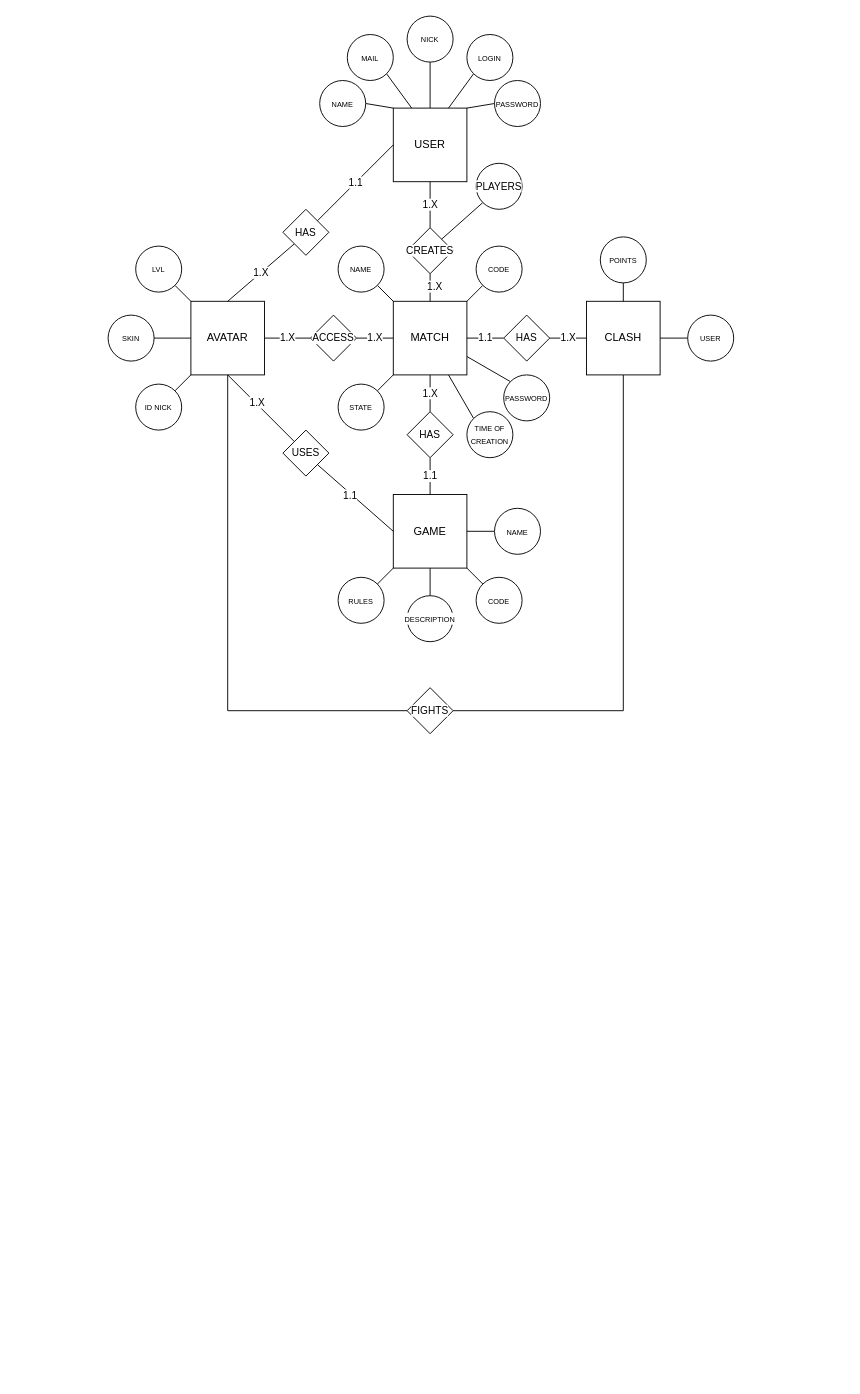
Above: OTHER/DB EX1.drawio in KU3ERVO/LEARN-PROJECT (draw.io), before the change. Source tidied: cells renumbered, new cells numbered last; positions are measured from the earlier drawing's top-left corner, leaving out a move shared by most shapes. Both pictures are drawn from the tidied source at 92%, with x=0, y=0 at pixel (108, 16).
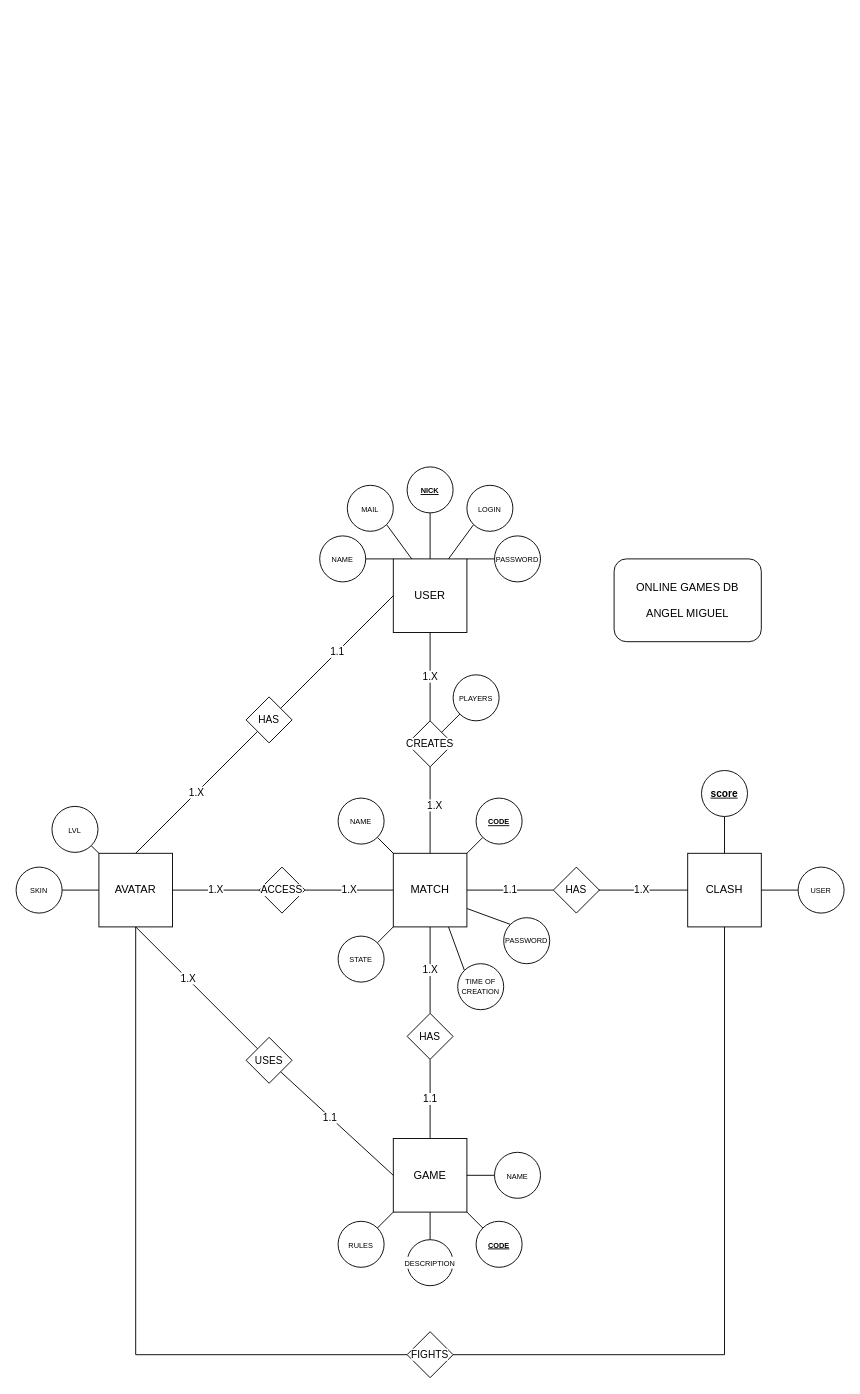
After the change.

Change to the diagram source:
```diff
@@
     <mxCell id="4" value="GAME" style="whiteSpace=wrap;html=1;" parent="1" vertex="1">
-      <mxGeometry x="310" y="520" width="80" height="80" as="geometry" />
+      <mxGeometry x="310" y="1220" width="80" height="80" as="geometry" />
     </mxCell>
@@
     <mxCell id="9" value="AVATAR" style="whiteSpace=wrap;html=1;" parent="1" vertex="1">
-      <mxGeometry x="90" y="310" width="80" height="80" as="geometry" />
+      <mxGeometry x="-10" y="910" width="80" height="80" as="geometry" />
     </mxCell>
@@
     <mxCell id="15" value="MATCH" style="whiteSpace=wrap;html=1;" parent="1" vertex="1">
-      <mxGeometry x="310" y="310" width="80" height="80" as="geometry" />
+      <mxGeometry x="310" y="910" width="80" height="80" as="geometry" />
     </mxCell>
@@
     <mxCell id="18" value="USER" style="whiteSpace=wrap;html=1;" parent="1" vertex="1">
-      <mxGeometry x="310" y="100" width="80" height="80" as="geometry" />
+      <mxGeometry x="310" y="590" width="80" height="80" as="geometry" />
     </mxCell>
@@
     <mxCell id="20" style="edgeStyle=none;shape=connector;rounded=0;jettySize=auto;html=1;exitX=0.5;exitY=1;exitDx=0;exitDy=0;entryX=1;entryY=0.5;entryDx=0;entryDy=0;strokeColor=default;align=center;verticalAlign=middle;fontFamily=Helvetica;fontSize=11;fontColor=default;labelBackgroundColor=default;endArrow=none;" parent="1" edge="1" source="21" target="44">
       <mxGeometry relative="1" as="geometry">
         <Array as="points">
-          <mxPoint x="560" y="755" />
+          <mxPoint x="670" y="1455" />
         </Array>
       </mxGeometry>
     </mxCell>
     <mxCell id="21" value="CLASH" style="whiteSpace=wrap;html=1;" parent="1" vertex="1">
-      <mxGeometry x="520" y="310" width="80" height="80" as="geometry" />
+      <mxGeometry x="630" y="910" width="80" height="80" as="geometry" />
     </mxCell>
@@
     <mxCell id="23" value="&lt;span style=&quot;font-size: 8px;&quot;&gt;NAME&lt;/span&gt;" style="ellipse;whiteSpace=wrap;html=1;fontFamily=Helvetica;fontSize=11;fontColor=default;labelBackgroundColor=default;" parent="1" vertex="1">
-      <mxGeometry x="230" y="70" width="50" height="50" as="geometry" />
+      <mxGeometry x="230" y="565" width="50" height="50" as="geometry" />
     </mxCell>
@@
     <mxCell id="25" value="&lt;span style=&quot;font-size: 8px;&quot;&gt;MAIL&lt;/span&gt;" style="ellipse;whiteSpace=wrap;html=1;fontFamily=Helvetica;fontSize=11;fontColor=default;labelBackgroundColor=default;" parent="1" vertex="1">
-      <mxGeometry x="260" y="20" width="50" height="50" as="geometry" />
+      <mxGeometry x="260" y="510" width="50" height="50" as="geometry" />
     </mxCell>
@@
-    <mxCell id="27" value="&lt;span style=&quot;font-size: 8px;&quot;&gt;NICK&lt;/span&gt;" style="ellipse;whiteSpace=wrap;html=1;fontFamily=Helvetica;fontSize=11;fontColor=default;labelBackgroundColor=default;" parent="1" vertex="1">
-      <mxGeometry x="325" width="50" height="50" as="geometry" />
+    <mxCell id="27" value="&lt;span style=&quot;font-size: 8px;&quot;&gt;&lt;u&gt;&lt;b&gt;NICK&lt;/b&gt;&lt;/u&gt;&lt;/span&gt;" style="ellipse;whiteSpace=wrap;html=1;fontFamily=Helvetica;fontSize=11;labelBackgroundColor=default;" parent="1" vertex="1">
+      <mxGeometry x="325" y="490" width="50" height="50" as="geometry" />
     </mxCell>
@@
     <mxCell id="29" value="&lt;span style=&quot;font-size: 8px;&quot;&gt;LOGIN&lt;/span&gt;" style="ellipse;whiteSpace=wrap;html=1;fontFamily=Helvetica;fontSize=11;fontColor=default;labelBackgroundColor=default;" parent="1" vertex="1">
-      <mxGeometry x="390" y="20" width="50" height="50" as="geometry" />
+      <mxGeometry x="390" y="510" width="50" height="50" as="geometry" />
     </mxCell>
@@
     <mxCell id="31" value="&lt;span style=&quot;font-size: 8px;&quot;&gt;PASSWORD&lt;/span&gt;" style="ellipse;whiteSpace=wrap;html=1;fontFamily=Helvetica;fontSize=11;fontColor=default;labelBackgroundColor=default;" parent="1" vertex="1">
-      <mxGeometry x="420" y="70" width="50" height="50" as="geometry" />
+      <mxGeometry x="420" y="565" width="50" height="50" as="geometry" />
     </mxCell>
@@
     <mxCell id="33" value="ACCESS" style="rhombus;whiteSpace=wrap;html=1;fontFamily=Helvetica;fontSize=11;fontColor=default;labelBackgroundColor=default;" parent="1" vertex="1">
-      <mxGeometry x="220" y="325" width="50" height="50" as="geometry" />
+      <mxGeometry x="164" y="925" width="50" height="50" as="geometry" />
     </mxCell>
@@
     <mxCell id="35" value="CREATES" style="rhombus;whiteSpace=wrap;html=1;fontFamily=Helvetica;fontSize=11;fontColor=default;labelBackgroundColor=default;" parent="1" vertex="1">
-      <mxGeometry x="325" y="230" width="50" height="50" as="geometry" />
+      <mxGeometry x="325" y="766" width="50" height="50" as="geometry" />
     </mxCell>
@@
     <mxCell id="38" value="HAS" style="rhombus;whiteSpace=wrap;html=1;fontFamily=Helvetica;fontSize=11;fontColor=default;labelBackgroundColor=default;" parent="1" vertex="1">
-      <mxGeometry x="190" y="210" width="50" height="50" as="geometry" />
+      <mxGeometry x="150" y="740" width="50" height="50" as="geometry" />
     </mxCell>
@@
     <mxCell id="41" value="USES" style="rhombus;whiteSpace=wrap;html=1;fontFamily=Helvetica;fontSize=11;fontColor=default;labelBackgroundColor=default;" parent="1" vertex="1">
-      <mxGeometry x="190" y="450" width="50" height="50" as="geometry" />
+      <mxGeometry x="150" y="1110" width="50" height="50" as="geometry" />
     </mxCell>
@@
     <mxCell id="43" value="HAS" style="rhombus;whiteSpace=wrap;html=1;fontFamily=Helvetica;fontSize=11;fontColor=default;labelBackgroundColor=default;" parent="1" vertex="1">
-      <mxGeometry x="325" y="430" width="50" height="50" as="geometry" />
+      <mxGeometry x="325" y="1084" width="50" height="50" as="geometry" />
     </mxCell>
     <mxCell id="44" value="FIGHTS" style="rhombus;whiteSpace=wrap;html=1;fontFamily=Helvetica;fontSize=11;fontColor=default;labelBackgroundColor=default;" parent="1" vertex="1">
-      <mxGeometry x="325" y="730" width="50" height="50" as="geometry" />
+      <mxGeometry x="325" y="1430" width="50" height="50" as="geometry" />
     </mxCell>
     <mxCell id="45" value="1.X" style="edgeStyle=none;shape=connector;rounded=0;jettySize=auto;html=1;exitX=0;exitY=0.5;exitDx=0;exitDy=0;entryX=1;entryY=0.5;entryDx=0;entryDy=0;strokeColor=default;align=center;verticalAlign=middle;fontFamily=Helvetica;fontSize=11;fontColor=default;labelBackgroundColor=default;endArrow=none;" parent="1" edge="1" source="21" target="46">
-      <mxGeometry relative="1" as="geometry">
+      <mxGeometry x="-0.38" relative="1" as="geometry">
         <Array as="points">
-          <mxPoint x="500" y="350" />
+          <mxPoint x="500" y="950" />
         </Array>
+        <mxPoint x="1" as="offset" />
       </mxGeometry>
     </mxCell>
     <mxCell id="46" value="HAS" style="rhombus;whiteSpace=wrap;html=1;fontFamily=Helvetica;fontSize=11;fontColor=default;labelBackgroundColor=default;" parent="1" vertex="1">
-      <mxGeometry x="430" y="325" width="50" height="50" as="geometry" />
+      <mxGeometry x="484" y="925" width="50" height="50" as="geometry" />
     </mxCell>
     <mxCell id="47" value="&lt;span style=&quot;font-size: 8px;&quot;&gt;SKIN&lt;/span&gt;" style="ellipse;whiteSpace=wrap;html=1;fontFamily=Helvetica;fontSize=11;fontColor=default;labelBackgroundColor=default;" parent="1" vertex="1">
-      <mxGeometry y="325" width="50" height="50" as="geometry" />
+      <mxGeometry x="-100" y="925" width="50" height="50" as="geometry" />
     </mxCell>
@@
     <mxCell id="49" value="&lt;span style=&quot;font-size: 8px;&quot;&gt;LVL&lt;/span&gt;" style="ellipse;whiteSpace=wrap;html=1;fontFamily=Helvetica;fontSize=11;fontColor=default;labelBackgroundColor=default;" parent="1" vertex="1">
-      <mxGeometry x="30" y="250" width="50" height="50" as="geometry" />
+      <mxGeometry x="-61" y="859" width="50" height="50" as="geometry" />
     </mxCell>
@@
-    <mxCell id="51" value="&lt;span style=&quot;font-size: 8px;&quot;&gt;CODE&lt;/span&gt;" style="ellipse;whiteSpace=wrap;html=1;fontFamily=Helvetica;fontSize=11;fontColor=default;labelBackgroundColor=default;" parent="1" vertex="1">
-      <mxGeometry x="400" y="610" width="50" height="50" as="geometry" />
+    <mxCell id="51" value="&lt;span style=&quot;font-size: 8px;&quot;&gt;&lt;b&gt;&lt;u&gt;CODE&lt;/u&gt;&lt;/b&gt;&lt;/span&gt;" style="ellipse;whiteSpace=wrap;html=1;fontFamily=Helvetica;fontSize=11;fontColor=default;labelBackgroundColor=default;" parent="1" vertex="1">
+      <mxGeometry x="400" y="1310" width="50" height="50" as="geometry" />
     </mxCell>
     <mxCell id="52" value="&lt;span style=&quot;font-size: 8px;&quot;&gt;DESCRIPTION&lt;/span&gt;" style="ellipse;whiteSpace=wrap;html=1;fontFamily=Helvetica;fontSize=11;fontColor=default;labelBackgroundColor=default;" parent="1" vertex="1">
-      <mxGeometry x="325" y="630" width="50" height="50" as="geometry" />
+      <mxGeometry x="325" y="1330" width="50" height="50" as="geometry" />
     </mxCell>
@@
     <mxCell id="54" value="&lt;span style=&quot;font-size: 8px;&quot;&gt;NAME&lt;/span&gt;" style="ellipse;whiteSpace=wrap;html=1;fontFamily=Helvetica;fontSize=11;fontColor=default;labelBackgroundColor=default;" parent="1" vertex="1">
-      <mxGeometry x="420" y="535" width="50" height="50" as="geometry" />
+      <mxGeometry x="420" y="1235" width="50" height="50" as="geometry" />
     </mxCell>
-    <mxCell id="55" style="edgeStyle=none;shape=connector;rounded=0;jettySize=auto;html=1;exitX=1;exitY=0;exitDx=0;exitDy=0;entryX=0;entryY=1;entryDx=0;entryDy=0;strokeColor=default;align=center;verticalAlign=middle;fontFamily=Helvetica;fontSize=11;fontColor=default;labelBackgroundColor=default;endArrow=none;" parent="1" edge="1" source="56" target="9">
-      <mxGeometry relative="1" as="geometry" />
-    </mxCell>
-    <mxCell id="56" value="&lt;span style=&quot;font-size: 8px;&quot;&gt;ID NICK&lt;/span&gt;" style="ellipse;whiteSpace=wrap;html=1;fontFamily=Helvetica;fontSize=11;fontColor=default;labelBackgroundColor=default;" parent="1" vertex="1">
-      <mxGeometry x="30" y="400" width="50" height="50" as="geometry" />
-    </mxCell>
@@
     <mxCell id="58" value="&lt;span style=&quot;font-size: 8px;&quot;&gt;RULES&lt;/span&gt;" style="ellipse;whiteSpace=wrap;html=1;fontFamily=Helvetica;fontSize=11;fontColor=default;labelBackgroundColor=default;" parent="1" vertex="1">
-      <mxGeometry x="250" y="610" width="50" height="50" as="geometry" />
+      <mxGeometry x="250" y="1310" width="50" height="50" as="geometry" />
     </mxCell>
-    <mxCell id="59" value="&lt;span style=&quot;font-size: 8px;&quot;&gt;PASSWORD&lt;/span&gt;" style="ellipse;whiteSpace=wrap;html=1;fontFamily=Helvetica;fontSize=11;fontColor=default;labelBackgroundColor=default;" parent="1" vertex="1">
-      <mxGeometry x="430" y="390" width="50" height="50" as="geometry" />
+    <mxCell id="59" value="&lt;span&gt;PASSWORD&lt;/span&gt;" style="ellipse;whiteSpace=wrap;html=1;fontFamily=Helvetica;fontSize=8;fontColor=default;labelBackgroundColor=default;" parent="1" vertex="1">
+      <mxGeometry x="430" y="980" width="50" height="50" as="geometry" />
     </mxCell>
-    <mxCell id="60" value="&lt;span style=&quot;font-size: 8px;&quot;&gt;CODE&lt;/span&gt;" style="ellipse;whiteSpace=wrap;html=1;fontFamily=Helvetica;fontSize=11;fontColor=default;labelBackgroundColor=default;" parent="1" vertex="1">
-      <mxGeometry x="400" y="250" width="50" height="50" as="geometry" />
+    <mxCell id="60" value="&lt;span style=&quot;font-size: 8px;&quot;&gt;&lt;u&gt;&lt;b&gt;CODE&lt;/b&gt;&lt;/u&gt;&lt;/span&gt;" style="ellipse;whiteSpace=wrap;html=1;fontFamily=Helvetica;fontSize=11;fontColor=default;labelBackgroundColor=default;" parent="1" vertex="1">
+      <mxGeometry x="400" y="850" width="50" height="50" as="geometry" />
     </mxCell>
     <mxCell id="61" value="&lt;span style=&quot;font-size: 8px;&quot;&gt;NAME&lt;/span&gt;" style="ellipse;whiteSpace=wrap;html=1;fontFamily=Helvetica;fontSize=11;fontColor=default;labelBackgroundColor=default;" parent="1" vertex="1">
-      <mxGeometry x="250" y="250" width="50" height="50" as="geometry" />
+      <mxGeometry x="250" y="850" width="50" height="50" as="geometry" />
     </mxCell>
     <mxCell id="62" value="&lt;span style=&quot;font-size: 8px;&quot;&gt;STATE&lt;/span&gt;" style="ellipse;whiteSpace=wrap;html=1;fontFamily=Helvetica;fontSize=11;fontColor=default;labelBackgroundColor=default;" parent="1" vertex="1">
-      <mxGeometry x="250" y="400" width="50" height="50" as="geometry" />
+      <mxGeometry x="250" y="1000" width="50" height="50" as="geometry" />
     </mxCell>
-    <mxCell id="63" value="&lt;span style=&quot;font-size: 8px;&quot;&gt;TIME OF&lt;/span&gt;&lt;div&gt;&lt;span style=&quot;font-size: 8px;&quot;&gt;CREATION&lt;/span&gt;&lt;/div&gt;" style="ellipse;whiteSpace=wrap;html=1;fontFamily=Helvetica;fontSize=11;fontColor=default;labelBackgroundColor=default;" parent="1" vertex="1">
-      <mxGeometry x="390" y="430" width="50" height="50" as="geometry" />
+    <mxCell id="63" value="&lt;span&gt;TIME OF&lt;/span&gt;&lt;div&gt;&lt;span&gt;CREATION&lt;/span&gt;&lt;/div&gt;" style="ellipse;whiteSpace=wrap;html=1;fontFamily=Helvetica;fontSize=8;fontColor=default;labelBackgroundColor=default;" parent="1" vertex="1">
+      <mxGeometry x="380" y="1030" width="50" height="50" as="geometry" />
     </mxCell>
@@
-    <mxCell id="65" value="PLAYERS" style="ellipse;whiteSpace=wrap;html=1;fontFamily=Helvetica;fontSize=11;fontColor=default;labelBackgroundColor=default;" parent="1" vertex="1">
-      <mxGeometry x="400" y="160" width="50" height="50" as="geometry" />
+    <mxCell id="65" value="&lt;font style=&quot;font-size: 8px;&quot;&gt;PLAYERS&lt;/font&gt;" style="ellipse;whiteSpace=wrap;html=1;fontFamily=Helvetica;fontSize=11;fontColor=default;labelBackgroundColor=default;" parent="1" vertex="1">
+      <mxGeometry x="375" y="716" width="50" height="50" as="geometry" />
     </mxCell>
     <mxCell id="66" style="edgeStyle=none;shape=connector;rounded=0;jettySize=auto;html=1;exitX=0;exitY=0.5;exitDx=0;exitDy=0;strokeColor=default;align=center;verticalAlign=middle;fontFamily=Helvetica;fontSize=11;fontColor=default;labelBackgroundColor=default;endArrow=none;entryX=0.5;entryY=1;entryDx=0;entryDy=0;" parent="1" edge="1" source="44" target="9">
       <mxGeometry relative="1" as="geometry">
         <Array as="points">
-          <mxPoint x="130" y="755" />
+          <mxPoint x="30" y="1455" />
         </Array>
       </mxGeometry>
     </mxCell>
@@
     <mxCell id="68" value="&lt;span style=&quot;font-size: 8px;&quot;&gt;USER&lt;/span&gt;" style="ellipse;whiteSpace=wrap;html=1;fontFamily=Helvetica;fontSize=11;fontColor=default;labelBackgroundColor=default;" parent="1" vertex="1">
-      <mxGeometry x="630" y="325" width="50" height="50" as="geometry" />
+      <mxGeometry x="750" y="925" width="50" height="50" as="geometry" />
     </mxCell>
@@
-    <mxCell id="70" value="&lt;span style=&quot;font-size: 8px;&quot;&gt;POINTS&lt;/span&gt;" style="ellipse;whiteSpace=wrap;html=1;fontFamily=Helvetica;fontSize=11;fontColor=default;labelBackgroundColor=default;" parent="1" vertex="1">
-      <mxGeometry x="535" y="240" width="50" height="50" as="geometry" />
+    <mxCell id="70" value="&lt;u style=&quot;&quot;&gt;&lt;font&gt;&lt;b&gt;score&lt;/b&gt;&lt;/font&gt;&lt;/u&gt;" style="ellipse;whiteSpace=wrap;html=1;fontFamily=Helvetica;fontSize=11;fontColor=default;labelBackgroundColor=default;" parent="1" vertex="1">
+      <mxGeometry x="645" y="820" width="50" height="50" as="geometry" />
     </mxCell>
+    <mxCell id="71" value="&lt;span style=&quot;&quot;&gt;ONLINE GAMES DB&lt;/span&gt;&lt;div&gt;&lt;span style=&quot;&quot;&gt;&lt;br&gt;&lt;/span&gt;&lt;/div&gt;&lt;div&gt;&lt;span style=&quot;&quot;&gt;ANGEL MIGUEL&lt;/span&gt;&lt;/div&gt;" style="rounded=1;whiteSpace=wrap;html=1;labelBackgroundColor=none;fillColor=light-dark(#FFFFFF,#212121);labelBorderColor=none;strokeColor=default;fontColor=default;" parent="1" vertex="1">
+      <mxGeometry x="550" y="590" width="160" height="90" as="geometry" />
+    </mxCell>
```
